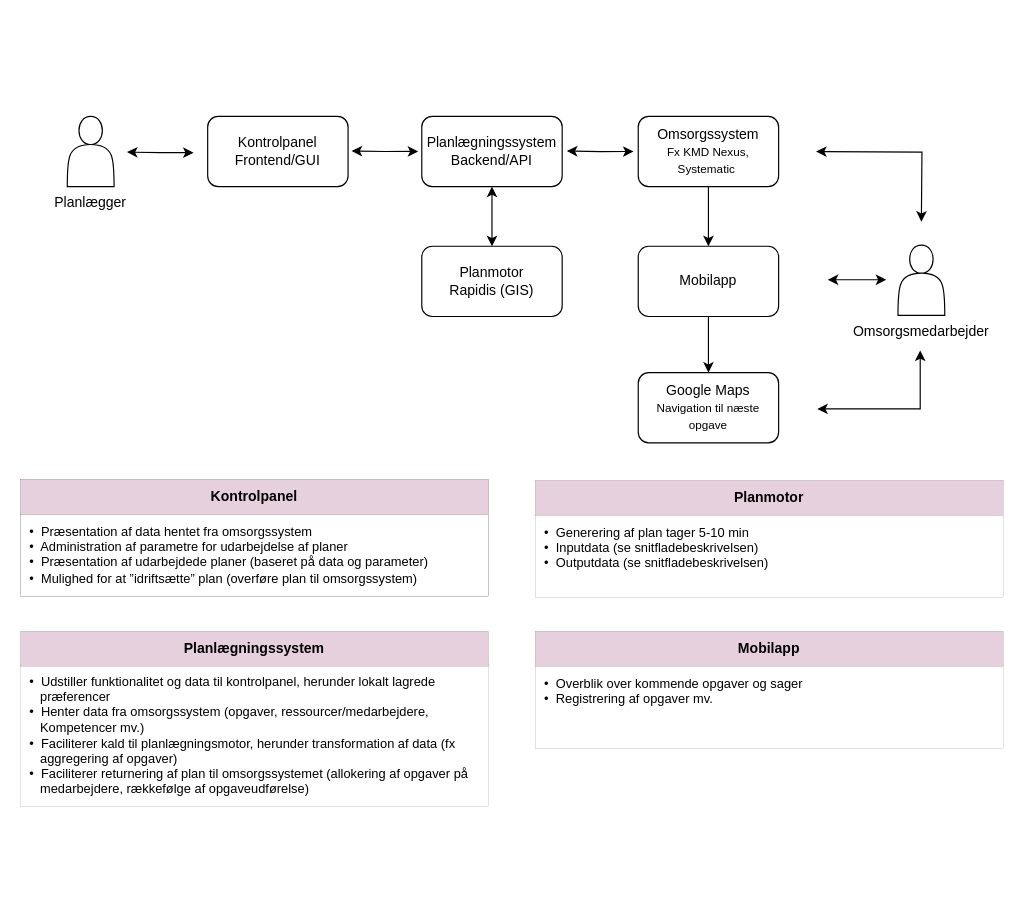
Zaladk/drawio keeps this draw.io diagram as Untitled Diagram.drawio. Above is the earlier version. Source tidied: cells renumbered, new cells numbered last; positions are measured from the earlier drawing's top-left corner, leaving out a move shared by most shapes. Both pictures are drawn from the tidied source at 117%, with x=0, y=0 at pixel (20, 116).
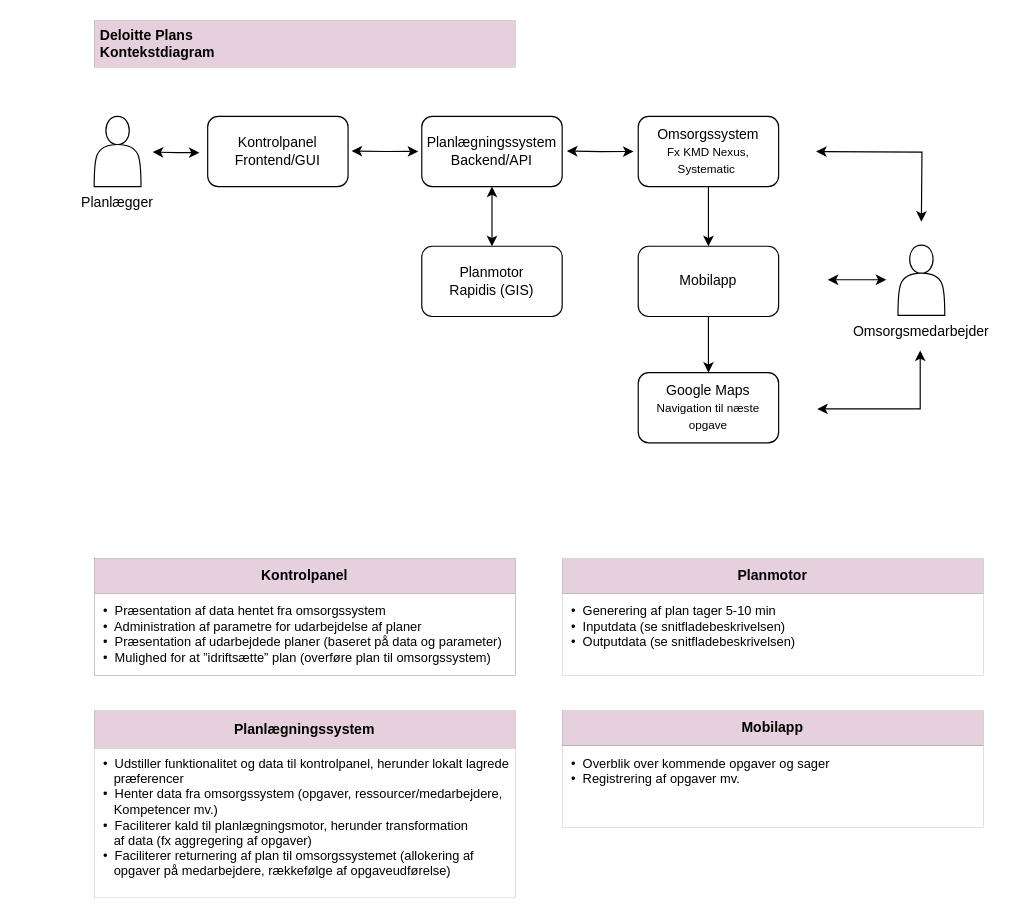
Above is the later version.

The edit, as a diff of the source:
```diff
@@
     <mxCell id="2" value="Planlægger" style="shape=actor;whiteSpace=wrap;html=1;labelPosition=center;verticalLabelPosition=bottom;align=center;verticalAlign=top;" parent="1" vertex="1">
-      <mxGeometry x="40" width="40" height="60" as="geometry" />
+      <mxGeometry x="63" width="40" height="60" as="geometry" />
     </mxCell>
@@
     <mxCell id="15" style="edgeStyle=orthogonalEdgeStyle;rounded=0;orthogonalLoop=1;jettySize=auto;html=1;startArrow=classic;startFill=1;strokeColor=default;curved=0;" parent="1" edge="1">
       <mxGeometry relative="1" as="geometry">
-        <mxPoint x="91" y="30.5" as="sourcePoint" />
-        <mxPoint x="148" y="31" as="targetPoint" />
+        <mxPoint x="113" y="30.5" as="sourcePoint" />
+        <mxPoint x="153" y="31" as="targetPoint" />
       </mxGeometry>
     </mxCell>
@@
     <mxCell id="19" style="group;strokeColor=#000000;strokeWidth=0;" parent="1" vertex="1">
-      <mxGeometry y="310" width="400" height="100" as="geometry" />
+      <mxGeometry x="63" y="378" width="360" height="100" as="geometry" />
     </mxCell>
     <mxCell id="20" value="•  Præsentation af data hentet fra omsorgssystem&#10;•  Administration af parametre for udarbejdelse af planer&#10;•  Præsentation af udarbejdede planer (baseret på data og parameter)&#10;•  Mulighed for at ”idriftsætte” plan (overføre plan til omsorgssystem)" style="text;whiteSpace=wrap;strokeColor=#000000;fontSize=11;spacing=4;spacingLeft=4;strokeWidth=0;" parent="19" vertex="1">
-      <mxGeometry y="30" width="400" height="70" as="geometry" />
+      <mxGeometry y="30" width="360" height="70" as="geometry" />
     </mxCell>
     <mxCell id="21" value="Kontrolpanel" style="text;whiteSpace=wrap;strokeColor=#000000;fontStyle=1;fillColor=#E6D0DE;fillStyle=solid;labelPosition=center;verticalLabelPosition=middle;align=center;verticalAlign=middle;strokeWidth=0;" parent="19" vertex="1">
-      <mxGeometry width="400" height="30" as="geometry" />
+      <mxGeometry width="360" height="30" as="geometry" />
     </mxCell>
     <mxCell id="22" style="group;" parent="1" vertex="1">
-      <mxGeometry x="440" y="440" width="400" height="100" as="geometry" />
+      <mxGeometry x="463" y="508" width="360" height="100" as="geometry" />
     </mxCell>
     <mxCell id="23" value="Mobilapp" style="text;whiteSpace=wrap;strokeColor=default;fontStyle=1;fillColor=#E6D0DE;fillStyle=solid;labelPosition=center;verticalLabelPosition=middle;align=center;verticalAlign=middle;strokeWidth=0;" parent="22" vertex="1">
-      <mxGeometry width="400" height="30" as="geometry" />
+      <mxGeometry width="360" height="30" as="geometry" />
     </mxCell>
     <mxCell id="24" value="•  Overblik over kommende opgaver og sager&#10;•  Registrering af opgaver mv. " style="text;whiteSpace=wrap;strokeColor=#000000;fontSize=11;fontFamily=Helvetica;spacingTop=0;spacing=4;spacingLeft=4;strokeWidth=0;fillColor=default;" parent="22" vertex="1">
-      <mxGeometry y="30" width="400" height="70" as="geometry" />
+      <mxGeometry y="30" width="360" height="70" as="geometry" />
     </mxCell>
     <mxCell id="25" style="group;" parent="1" vertex="1">
-      <mxGeometry y="440" width="400" height="150" as="geometry" />
+      <mxGeometry x="63" y="508" width="360" height="160" as="geometry" />
     </mxCell>
-    <mxCell id="26" value="•  Udstiller funktionalitet og data til kontrolpanel, herunder lokalt lagrede&#10;   præferencer&#10;•  Henter data fra omsorgssystem (opgaver, ressourcer/medarbejdere, &#10;   Kompetencer mv.)&#10;•  Faciliterer kald til planlægningsmotor, herunder transformation af data (fx&#10;   aggregering af opgaver)&#10;•  Faciliterer returnering af plan til omsorgssystemet (allokering af opgaver på &#10;   medarbejdere, rækkefølge af opgaveudførelse)" style="text;whiteSpace=wrap;strokeColor=#000000;fontSize=11;spacing=4;spacingLeft=4;strokeWidth=0;" parent="25" vertex="1">
-      <mxGeometry y="28.2" width="400" height="121.8" as="geometry" />
+    <mxCell id="26" value="•  Udstiller funktionalitet og data til kontrolpanel, herunder lokalt lagrede&#10;   præferencer&#10;•  Henter data fra omsorgssystem (opgaver, ressourcer/medarbejdere, &#10;   Kompetencer mv.)&#10;•  Faciliterer kald til planlægningsmotor, herunder transformation&#10;   af data (fx aggregering af opgaver)&#10;•  Faciliterer returnering af plan til omsorgssystemet (allokering af&#10;   opgaver på medarbejdere, rækkefølge af opgaveudførelse)" style="text;whiteSpace=wrap;strokeColor=#000000;fontSize=11;spacing=4;spacingLeft=4;strokeWidth=0;" parent="25" vertex="1">
+      <mxGeometry y="30.1" width="360" height="129.9" as="geometry" />
     </mxCell>
     <mxCell id="27" value="Planlægningssystem" style="text;whiteSpace=wrap;strokeColor=#000000;fontStyle=1;fillColor=#E6D0DE;fillStyle=solid;labelPosition=center;verticalLabelPosition=middle;align=center;verticalAlign=middle;strokeWidth=0;" parent="25" vertex="1">
-      <mxGeometry width="400" height="30" as="geometry" />
+      <mxGeometry width="360" height="32" as="geometry" />
     </mxCell>
     <mxCell id="28" style="group;" parent="1" vertex="1">
-      <mxGeometry x="440" y="311" width="400" height="100" as="geometry" />
+      <mxGeometry x="63" y="-82" width="360" height="100" as="geometry" />
     </mxCell>
-    <mxCell id="29" value="Planmotor" style="text;whiteSpace=wrap;strokeColor=default;fontStyle=1;fillColor=#E6D0DE;fillStyle=solid;labelPosition=center;verticalLabelPosition=middle;align=center;verticalAlign=middle;strokeWidth=0;" parent="28" vertex="1">
-      <mxGeometry width="400" height="30" as="geometry" />
+    <mxCell id="29" value=" Deloitte Plans&#10; Kontekstdiagram" style="text;whiteSpace=wrap;strokeColor=default;fontStyle=1;fillColor=#E6D0DE;fillStyle=solid;labelPosition=center;verticalLabelPosition=middle;align=left;verticalAlign=middle;strokeWidth=0;" parent="28" vertex="1">
+      <mxGeometry width="360" height="40" as="geometry" />
     </mxCell>
+    <mxCell id="31" style="group;" parent="1" vertex="1">
+      <mxGeometry x="463" y="378" width="360" height="100" as="geometry" />
+    </mxCell>
+    <mxCell id="32" value="Planmotor" style="text;whiteSpace=wrap;strokeColor=default;fontStyle=1;fillColor=#E6D0DE;fillStyle=solid;labelPosition=center;verticalLabelPosition=middle;align=center;verticalAlign=middle;strokeWidth=0;" parent="31" vertex="1">
+      <mxGeometry width="360" height="30" as="geometry" />
+    </mxCell>
-    <mxCell id="30" value="•  Generering af plan tager 5-10 min&#10;•  Inputdata (se snitfladebeskrivelsen)&#10;•  Outputdata (se snitfladebeskrivelsen)" style="text;whiteSpace=wrap;strokeColor=#000000;fontSize=11;fontFamily=Helvetica;spacingTop=0;spacing=4;spacingLeft=4;strokeWidth=0;fillColor=default;" parent="28" vertex="1">
-      <mxGeometry y="30" width="400" height="70" as="geometry" />
+    <mxCell id="30" value="•  Generering af plan tager 5-10 min&#10;•  Inputdata (se snitfladebeskrivelsen)&#10;•  Outputdata (se snitfladebeskrivelsen)" style="text;whiteSpace=wrap;strokeColor=#000000;fontSize=11;fontFamily=Helvetica;spacingTop=0;spacing=4;spacingLeft=4;strokeWidth=0;fillColor=default;" parent="31" vertex="1">
+      <mxGeometry y="30" width="360" height="70" as="geometry" />
     </mxCell>
```
